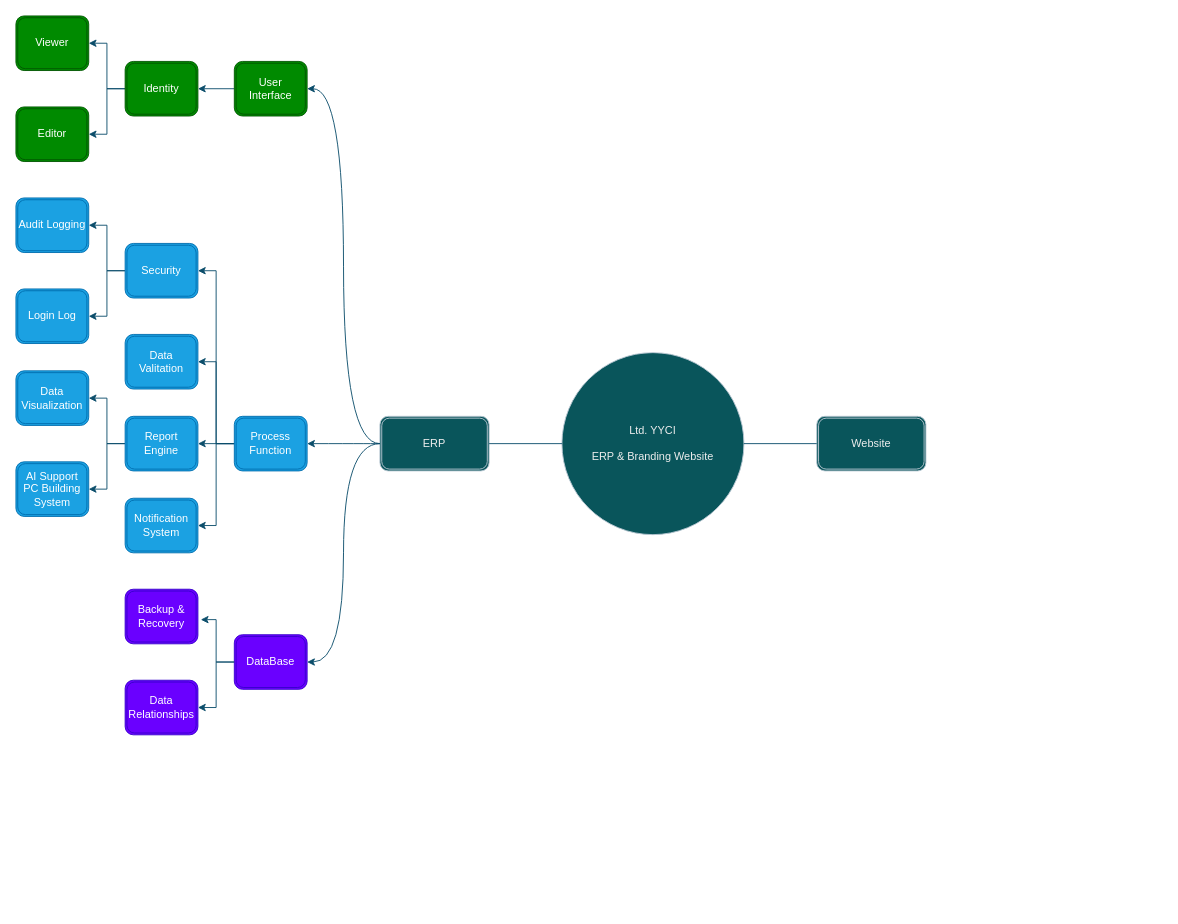
Before: Archetecture Diagram.drawio in MarginalpersonQQ/Computer-Information-and-Management-System, a draw.io diagram. Source tidied: cells renumbered, new cells numbered last; positions are measured from the earlier drawing's top-left corner, leaving out a move shared by most shapes. Both pictures are drawn from the tidied source at 91%, with x=0, y=0 at pixel (15, 15).
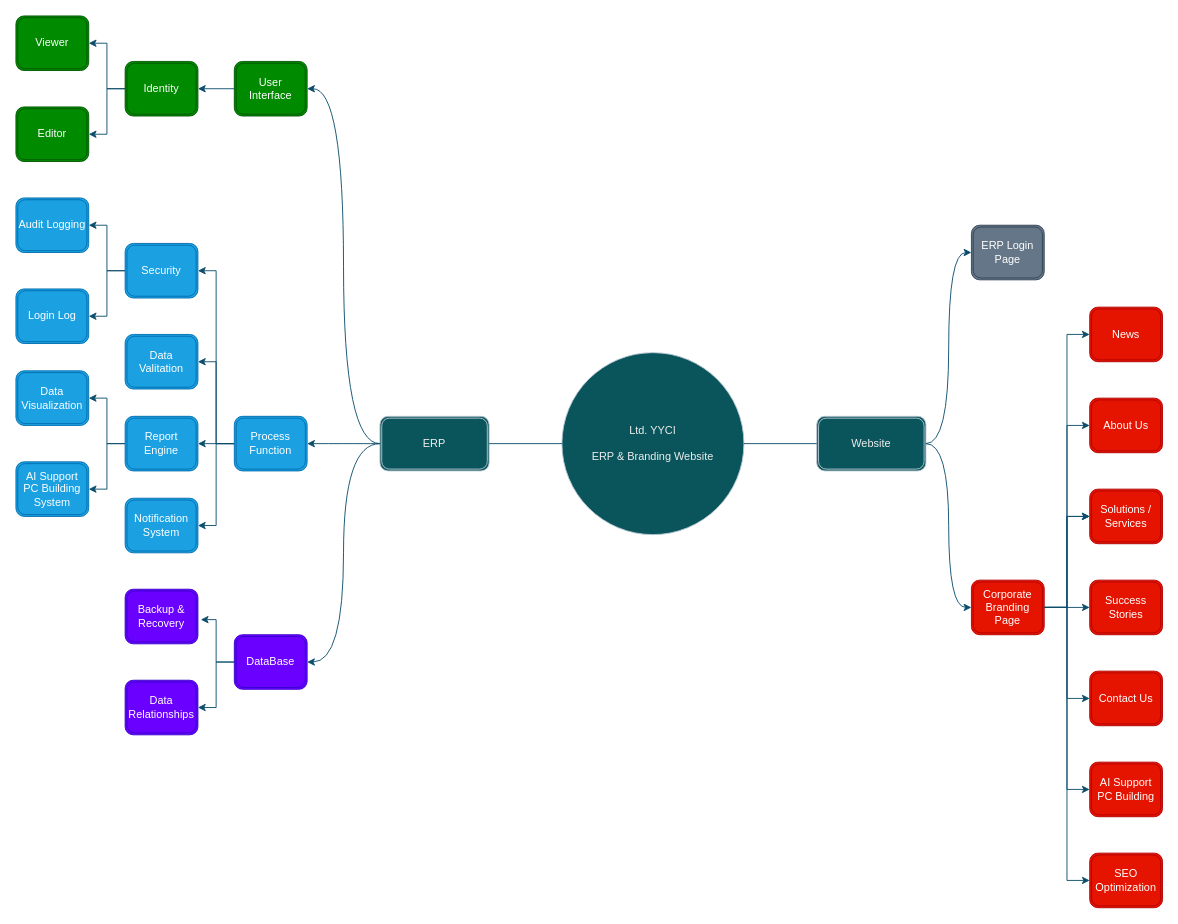
The same page after the edit.

Unchanged cells that the change refers to:
```xml
<mxCell id="2" value="&lt;div&gt;Website&lt;/div&gt;" style="shape=ext;double=1;rounded=1;whiteSpace=wrap;html=1;labelBackgroundColor=none;fillColor=#09555B;strokeColor=#BAC8D3;fontColor=#EEEEEE;" parent="1" vertex="1">
  <mxGeometry x="880" y="440" width="120" height="60" as="geometry" />
</mxCell>
```

What changed in the source:
```diff
@@
+    <mxCell id="39" style="edgeStyle=orthogonalEdgeStyle;rounded=0;jettySize=auto;html=1;entryX=0;entryY=0.5;entryDx=0;entryDy=0;strokeColor=#0B4D6A;" parent="1" edge="1" source="46" target="55">
+      <mxGeometry relative="1" as="geometry" />
+    </mxCell>
+    <mxCell id="40" style="edgeStyle=orthogonalEdgeStyle;rounded=0;jettySize=auto;html=1;entryX=0;entryY=0.5;entryDx=0;entryDy=0;strokeColor=#0B4D6A;" parent="1" edge="1" source="46" target="50">
+      <mxGeometry relative="1" as="geometry" />
+    </mxCell>
+    <mxCell id="41" style="edgeStyle=orthogonalEdgeStyle;rounded=0;jettySize=auto;html=1;entryX=0;entryY=0.5;entryDx=0;entryDy=0;strokeColor=#0B4D6A;" parent="1" edge="1" source="46" target="51">
+      <mxGeometry relative="1" as="geometry" />
+    </mxCell>
+    <mxCell id="42" style="edgeStyle=orthogonalEdgeStyle;rounded=0;jettySize=auto;html=1;entryX=0;entryY=0.5;entryDx=0;entryDy=0;strokeColor=#0B4D6A;" parent="1" edge="1" source="46" target="53">
+      <mxGeometry relative="1" as="geometry" />
+    </mxCell>
+    <mxCell id="43" style="edgeStyle=orthogonalEdgeStyle;rounded=0;jettySize=auto;html=1;entryX=0;entryY=0.5;entryDx=0;entryDy=0;strokeColor=#0B4D6A;" parent="1" edge="1" source="46" target="52">
+      <mxGeometry relative="1" as="geometry" />
+    </mxCell>
+    <mxCell id="44" style="edgeStyle=orthogonalEdgeStyle;rounded=0;jettySize=auto;html=1;entryX=0;entryY=0.5;entryDx=0;entryDy=0;strokeColor=#0B4D6A;" parent="1" edge="1" source="46" target="57">
+      <mxGeometry relative="1" as="geometry" />
+    </mxCell>
+    <mxCell id="45" style="edgeStyle=orthogonalEdgeStyle;rounded=0;jettySize=auto;html=1;entryX=0;entryY=0.5;entryDx=0;entryDy=0;strokeColor=#0B4D6A;" parent="1" edge="1" source="46" target="56">
+      <mxGeometry relative="1" as="geometry" />
+    </mxCell>
+    <mxCell id="46" value="Corporate Branding Page" style="shape=ext;double=1;rounded=1;whiteSpace=wrap;html=1;labelBackgroundColor=none;fillColor=#e51400;strokeColor=#B20000;fontColor=#ffffff;" parent="1" vertex="1">
+      <mxGeometry x="1050" y="620" width="80" height="60" as="geometry" />
+    </mxCell>
+    <mxCell id="47" style="edgeStyle=orthogonalEdgeStyle;rounded=0;jettySize=auto;html=1;entryX=0;entryY=0.5;entryDx=0;entryDy=0;strokeColor=#0B4D6A;curved=1;exitX=1;exitY=0.5;exitDx=0;exitDy=0;" parent="1" edge="1" source="2" target="46">
+      <mxGeometry relative="1" as="geometry" />
+    </mxCell>
+    <mxCell id="48" value="&lt;div&gt;ERP Login Page&lt;/div&gt;" style="shape=ext;double=1;rounded=1;whiteSpace=wrap;html=1;labelBackgroundColor=none;fillColor=#647687;strokeColor=#314354;fontColor=#ffffff;" parent="1" vertex="1">
+      <mxGeometry x="1050" y="230" width="80" height="60" as="geometry" />
+    </mxCell>
+    <mxCell id="49" style="edgeStyle=orthogonalEdgeStyle;rounded=0;jettySize=auto;html=1;entryX=0;entryY=0.5;entryDx=0;entryDy=0;strokeColor=#0B4D6A;curved=1;exitX=1;exitY=0.5;exitDx=0;exitDy=0;" parent="1" edge="1" source="2" target="48">
+      <mxGeometry relative="1" as="geometry" />
+    </mxCell>
+    <mxCell id="50" value="About Us" style="shape=ext;double=1;rounded=1;whiteSpace=wrap;html=1;labelBackgroundColor=none;fillColor=#e51400;strokeColor=#B20000;fontColor=#ffffff;" parent="1" vertex="1">
+      <mxGeometry x="1180" y="420" width="80" height="60" as="geometry" />
+    </mxCell>
+    <mxCell id="51" value="AI Support PC Building" style="shape=ext;double=1;rounded=1;whiteSpace=wrap;html=1;labelBackgroundColor=none;fillColor=#e51400;strokeColor=#B20000;fontColor=#ffffff;" parent="1" vertex="1">
+      <mxGeometry x="1180" y="820" width="80" height="60" as="geometry" />
+    </mxCell>
+    <mxCell id="52" value="Success Stories" style="shape=ext;double=1;rounded=1;whiteSpace=wrap;html=1;labelBackgroundColor=none;fillColor=#e51400;strokeColor=#B20000;fontColor=#ffffff;" parent="1" vertex="1">
+      <mxGeometry x="1180" y="620" width="80" height="60" as="geometry" />
+    </mxCell>
+    <mxCell id="53" value="&lt;div&gt;News&lt;/div&gt;" style="shape=ext;double=1;rounded=1;whiteSpace=wrap;html=1;labelBackgroundColor=none;fillColor=#e51400;strokeColor=#B20000;fontColor=#ffffff;" parent="1" vertex="1">
+      <mxGeometry x="1180" y="320" width="80" height="60" as="geometry" />
+    </mxCell>
+    <mxCell id="54" style="edgeStyle=orthogonalEdgeStyle;rounded=0;jettySize=auto;html=1;entryX=0;entryY=0.5;entryDx=0;entryDy=0;strokeColor=#0B4D6A;" parent="1" edge="1" source="46" target="55">
+      <mxGeometry relative="1" as="geometry" />
+    </mxCell>
+    <mxCell id="55" value="Solutions / Services" style="shape=ext;double=1;rounded=1;whiteSpace=wrap;html=1;labelBackgroundColor=none;fillColor=#e51400;strokeColor=#B20000;fontColor=#ffffff;" parent="1" vertex="1">
+      <mxGeometry x="1180" y="520" width="80" height="60" as="geometry" />
+    </mxCell>
+    <mxCell id="56" value="&lt;div&gt;Contact Us&lt;/div&gt;" style="shape=ext;double=1;rounded=1;whiteSpace=wrap;html=1;labelBackgroundColor=none;fillColor=#e51400;strokeColor=#B20000;fontColor=#ffffff;" parent="1" vertex="1">
+      <mxGeometry x="1180" y="720" width="80" height="60" as="geometry" />
+    </mxCell>
+    <mxCell id="57" value="&lt;div&gt;SEO Optimization&lt;/div&gt;" style="shape=ext;double=1;rounded=1;whiteSpace=wrap;html=1;labelBackgroundColor=none;fillColor=#e51400;strokeColor=#B20000;fontColor=#ffffff;" parent="1" vertex="1">
+      <mxGeometry x="1180" y="920" width="80" height="60" as="geometry" />
+    </mxCell>
```
